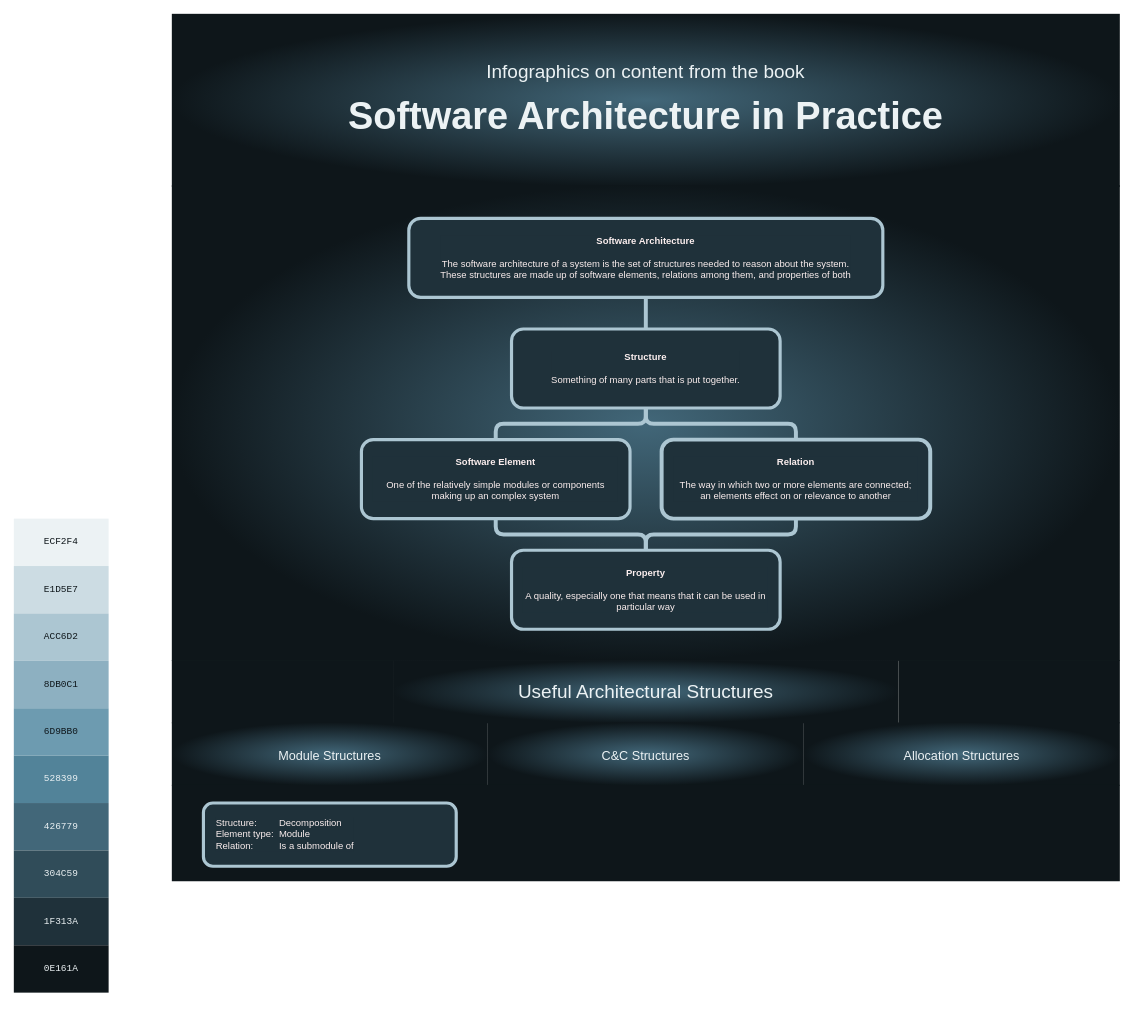
The draw.io diagram page "Page-1" (1 of 2) of infographics-software-architecture-in-practise-4th-ed.drawio in HenrikSamuelsson/reading-sw-architecture-in-practice-4th, before the edit. Source tidied: cells renumbered, new cells numbered last; positions are measured from the earlier drawing's top-left corner, leaving out a move shared by most shapes. Both pictures are drawn from the tidied source at 79%, with x=0, y=0 at pixel (13, 13).
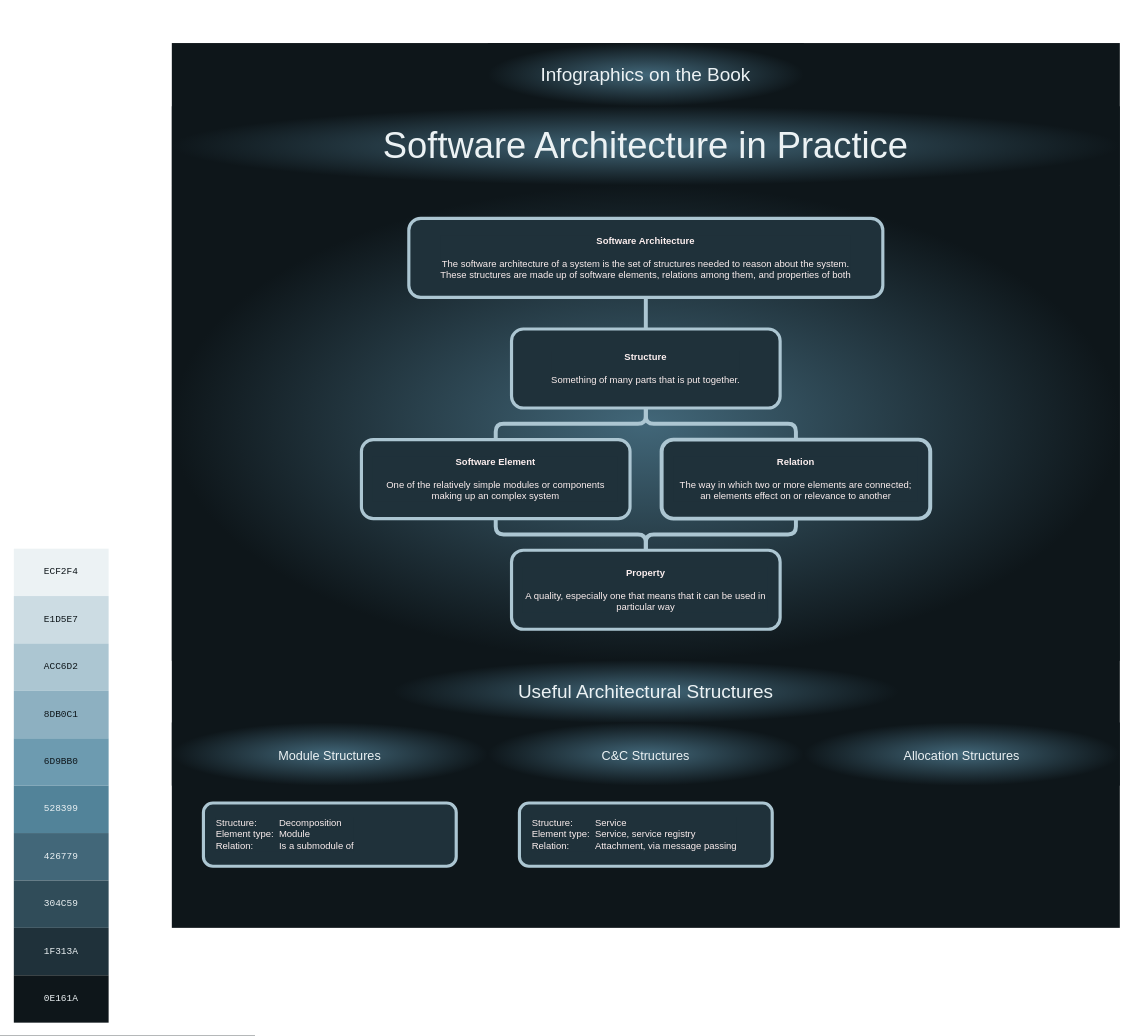
The same page after the edit.

Commit message:
Add Service to example of C&C structures.

The edit, as a diff of the source:
```diff
@@
-    <mxCell id="2" style="rounded=0;whiteSpace=wrap;html=1;fontSize=24;fillColor=#426779;strokeColor=none;gradientColor=#0e161a;gradientDirection=radial;" parent="1" vertex="1">
-      <mxGeometry x="200" width="1200" height="219" as="geometry" />
-    </mxCell>
+    <mxCell id="17" style="rounded=0;whiteSpace=wrap;html=1;fontSize=24;fillColor=#0e161a;strokeColor=none;gradientColor=none;gradientDirection=radial;" parent="1" vertex="1">
+      <mxGeometry x="200" y="37" width="1200" height="1120" as="geometry" />
+    </mxCell>
     <mxCell id="3" style="shape=waypoint;fillStyle=solid;size=6;fillColor=none;perimeter=centerPerimeter;fontSize=24;strokeColor=none;rounded=0;" parent="1" vertex="1">
-      <mxGeometry x="260" y="179" width="40" height="40" as="geometry" />
+      <mxGeometry x="260" y="217" width="40" height="40" as="geometry" />
     </mxCell>
@@
     <mxCell id="6" style="group;" parent="1" vertex="1">
-      <mxGeometry y="639" width="120" height="600" as="geometry" />
+      <mxGeometry y="677" width="120" height="600" as="geometry" />
     </mxCell>
@@
-    <mxCell id="17" style="rounded=0;whiteSpace=wrap;html=1;fontSize=24;fillColor=#0e161a;strokeColor=none;gradientColor=none;gradientDirection=radial;" parent="1" vertex="1">
-      <mxGeometry x="1120" y="818" width="280" height="80" as="geometry" />
-    </mxCell>
-    <mxCell id="18" style="rounded=0;whiteSpace=wrap;html=1;fontSize=24;fillColor=#0e161a;strokeColor=none;gradientColor=none;gradientDirection=radial;" parent="1" vertex="1">
-      <mxGeometry x="200" y="818" width="280" height="80" as="geometry" />
-    </mxCell>
@@
-    <mxCell id="22" style="rounded=0;whiteSpace=wrap;html=1;fontSize=24;fillColor=#0e161a;strokeColor=none;gradientColor=none;gradientDirection=radial;" parent="1" vertex="1">
-      <mxGeometry x="200" y="976" width="1200" height="122" as="geometry" />
-    </mxCell>
@@
-    <mxCell id="24" value="&lt;p style=&quot;line-height: 120%; font-size: 24px;&quot;&gt;Infographics on content from the book&lt;br style=&quot;font-size: 24px;&quot;&gt;&lt;/p&gt;" style="text;html=1;strokeColor=none;fillColor=none;align=center;verticalAlign=middle;whiteSpace=wrap;rounded=0;fontSize=24;fontColor=#ecf2f4;" parent="23" vertex="1">
-      <mxGeometry x="200" y="39" width="1200" height="70" as="geometry" />
-    </mxCell>
-    <mxCell id="25" value="&lt;font style=&quot;font-size: 48px;&quot;&gt;&lt;b&gt;Software Architecture in Practice&lt;/b&gt;&lt;/font&gt;" style="text;html=1;strokeColor=none;fillColor=none;align=center;verticalAlign=middle;whiteSpace=wrap;rounded=0;fontSize=16;fontColor=#ecf2f4;" parent="23" vertex="1">
-      <mxGeometry x="200" y="99" width="1200" height="60" as="geometry" />
-    </mxCell>
@@
+    <mxCell id="38" value="&lt;font color=&quot;#ecf2f4&quot; style=&quot;font-size: 24px;&quot;&gt;Infographics on the Book&lt;/font&gt;" style="rounded=0;whiteSpace=wrap;html=1;fontSize=16;fillColor=#426779;strokeColor=none;gradientColor=#0e161a;gradientDirection=radial;" parent="23" vertex="1">
+      <mxGeometry x="600" y="37" width="400" height="80" as="geometry" />
+    </mxCell>
+    <mxCell id="25" value="&lt;font color=&quot;#ecf2f4&quot; style=&quot;font-size: 46px;&quot;&gt;Software Architecture in Practice&lt;/font&gt;" style="rounded=0;whiteSpace=wrap;html=1;fontSize=24;fillColor=#426779;strokeColor=none;gradientColor=#0e161a;gradientDirection=radial;" parent="23" vertex="1">
+      <mxGeometry x="200" y="117" width="1200" height="100" as="geometry" />
+    </mxCell>
+    <mxCell id="39" value="&lt;div style=&quot;&quot;&gt;&lt;span style=&quot;color: rgb(252, 239, 239);&quot;&gt;Structure:&lt;span style=&quot;white-space: pre;&quot;&gt;&#9;&lt;/span&gt;Service&lt;/span&gt;&lt;/div&gt;&lt;div style=&quot;&quot;&gt;&lt;span style=&quot;color: rgb(252, 239, 239);&quot;&gt;Element type:&lt;span style=&quot;white-space: pre;&quot;&gt;&#9;&lt;/span&gt;Service, service registry&lt;/span&gt;&lt;/div&gt;&lt;div style=&quot;&quot;&gt;&lt;span style=&quot;color: rgb(252, 239, 239);&quot;&gt;Relation:&lt;span style=&quot;white-space: pre;&quot;&gt;&#9;&lt;/span&gt;&lt;span style=&quot;white-space: pre;&quot;&gt;&#9;&lt;/span&gt;Attachment, via message passing&lt;/span&gt;&lt;/div&gt;" style="rounded=1;whiteSpace=wrap;html=1;labelBackgroundColor=#1f313a;fontColor=#ecf2f4;fillColor=#1f313a;strokeColor=#acc6d2;strokeWidth=4;spacing=16;align=left;" parent="23" vertex="1">
+      <mxGeometry x="640" y="999" width="320" height="80" as="geometry" />
+    </mxCell>
```
